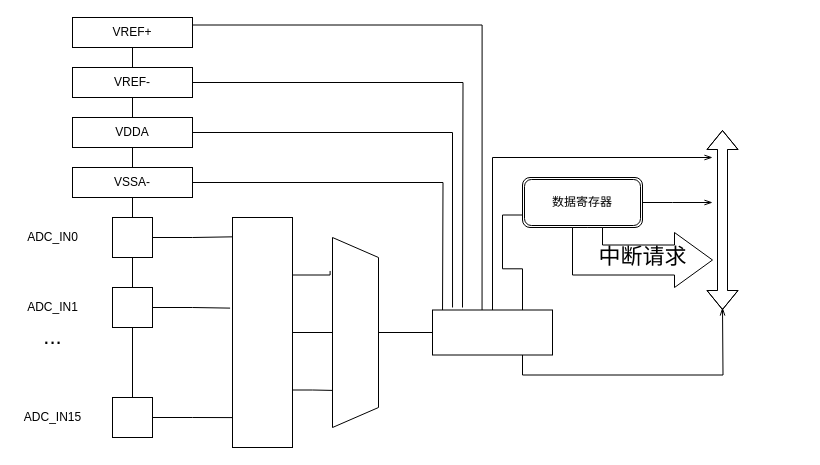
The draw.io diagram 未命名绘图.drawio in abxdw/abxdw, before the edit. Source tidied: cells renumbered, new cells numbered last; positions are measured from the earlier drawing's top-left corner, leaving out a move shared by most shapes. Both pictures are drawn from the tidied source at 100%, with x=0, y=0 at pixel (17, 17).
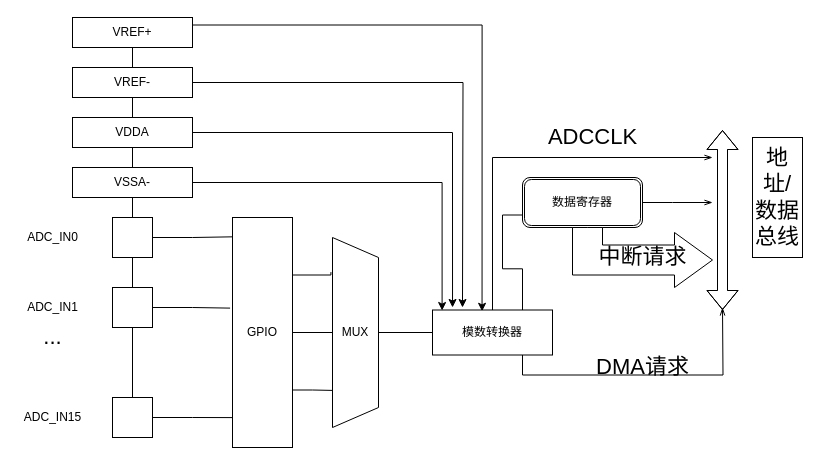
The same diagram, later.

Commit message:
更新未命名绘图.drawio

The change refers to these unchanged cells:
```xml
<mxCell id="4" value="VREF+" style="rounded=0;whiteSpace=wrap;html=1;" parent="1" vertex="1">
  <mxGeometry x="55" width="120" height="30" as="geometry" />
</mxCell>
<mxCell id="6" value="VREF-" style="rounded=0;whiteSpace=wrap;html=1;" parent="1" vertex="1">
  <mxGeometry x="55" y="50" width="120" height="30" as="geometry" />
</mxCell>
<mxCell id="9" value="VDDA" style="rounded=0;whiteSpace=wrap;html=1;" parent="1" vertex="1">
  <mxGeometry x="55" y="100" width="120" height="30" as="geometry" />
</mxCell>
<mxCell id="11" value="VSSA-" style="rounded=0;whiteSpace=wrap;html=1;" parent="1" vertex="1">
  <mxGeometry x="55" y="150" width="120" height="30" as="geometry" />
</mxCell>
```

The edit, as a diff of the source:
```diff
@@
-    <mxCell id="3" style="edgeStyle=orthogonalEdgeStyle;rounded=0;jettySize=auto;html=1;exitX=1;exitY=0.25;exitDx=0;exitDy=0;entryX=0.413;entryY=0.029;entryDx=0;entryDy=0;entryPerimeter=0;fontSize=22;endArrow=none;endFill=0;" parent="1" edge="1" source="4" target="29">
+    <mxCell id="3" style="edgeStyle=orthogonalEdgeStyle;rounded=0;jettySize=auto;html=1;exitX=1;exitY=0.25;exitDx=0;exitDy=0;entryX=0.413;entryY=0.029;entryDx=0;entryDy=0;entryPerimeter=0;fontSize=22;endArrow=classic;endFill=1;" parent="1" edge="1" source="4" target="29">
       <mxGeometry relative="1" as="geometry" />
     </mxCell>
@@
-    <mxCell id="5" style="edgeStyle=orthogonalEdgeStyle;rounded=0;jettySize=auto;html=1;exitX=1;exitY=0.5;exitDx=0;exitDy=0;fontSize=22;endArrow=none;endFill=0;" parent="1" edge="1" source="6">
+    <mxCell id="5" style="edgeStyle=orthogonalEdgeStyle;rounded=0;jettySize=auto;html=1;exitX=1;exitY=0.5;exitDx=0;exitDy=0;fontSize=22;endArrow=classic;endFill=1;" parent="1" edge="1" source="6">
       <mxGeometry relative="1" as="geometry">
         <mxPoint x="445" y="290" as="targetPoint" />
       </mxGeometry>
     </mxCell>
@@
-    <mxCell id="8" style="edgeStyle=orthogonalEdgeStyle;rounded=0;jettySize=auto;html=1;exitX=1;exitY=0.5;exitDx=0;exitDy=0;entryX=0.167;entryY=-0.056;entryDx=0;entryDy=0;entryPerimeter=0;fontSize=22;endArrow=none;endFill=0;" parent="1" edge="1" source="9" target="29">
+    <mxCell id="8" style="edgeStyle=orthogonalEdgeStyle;rounded=0;jettySize=auto;html=1;exitX=1;exitY=0.5;exitDx=0;exitDy=0;entryX=0.167;entryY=-0.056;entryDx=0;entryDy=0;entryPerimeter=0;fontSize=22;endArrow=classic;endFill=1;" parent="1" edge="1" source="9" target="29">
       <mxGeometry relative="1" as="geometry" />
     </mxCell>
@@
-    <mxCell id="10" style="edgeStyle=orthogonalEdgeStyle;rounded=0;jettySize=auto;html=1;exitX=1;exitY=0.5;exitDx=0;exitDy=0;fontSize=22;endArrow=none;endFill=0;" parent="1" edge="1" source="11">
-      <mxGeometry relative="1" as="geometry">
-        <mxPoint x="425" y="300" as="targetPoint" />
-      </mxGeometry>
+    <mxCell id="10" style="edgeStyle=orthogonalEdgeStyle;rounded=0;jettySize=auto;html=1;exitX=1;exitY=0.5;exitDx=0;exitDy=0;fontSize=22;endArrow=classic;endFill=1;entryX=0.08;entryY=0.011;entryDx=0;entryDy=0;entryPerimeter=0;" parent="1" edge="1" source="11" target="29">
+      <mxGeometry relative="1" as="geometry" />
     </mxCell>
@@
-    <mxCell id="20" style="edgeStyle=orthogonalEdgeStyle;rounded=0;jettySize=auto;html=1;exitX=0.25;exitY=0;exitDx=0;exitDy=0;entryX=0.176;entryY=1.052;entryDx=0;entryDy=0;entryPerimeter=0;fontSize=22;endArrow=none;endFill=0;" parent="1" edge="1" source="23" target="25">
+    <mxCell id="20" style="edgeStyle=orthogonalEdgeStyle;rounded=0;jettySize=auto;html=1;exitX=0.25;exitY=0;exitDx=0;exitDy=0;fontSize=22;endArrow=none;endFill=0;entryX=0.182;entryY=1.034;entryDx=0;entryDy=0;entryPerimeter=0;" parent="1" edge="1" source="23" target="25">
       <mxGeometry relative="1" as="geometry" />
     </mxCell>
@@
-    <mxCell id="23" style="rounded=0;whiteSpace=wrap;html=1;direction=south;" parent="1" vertex="1">
+    <mxCell id="23" value="GPIO" style="rounded=0;whiteSpace=wrap;html=1;direction=south;" parent="1" vertex="1">
       <mxGeometry x="215" y="200" width="60" height="230" as="geometry" />
     </mxCell>
@@
-    <mxCell id="25" style="shape=trapezoid;perimeter=trapezoidPerimeter;whiteSpace=wrap;html=1;fixedSize=1;direction=south;" parent="1" vertex="1">
+    <mxCell id="25" value="MUX" style="shape=trapezoid;perimeter=trapezoidPerimeter;whiteSpace=wrap;html=1;fixedSize=1;direction=south;" parent="1" vertex="1">
       <mxGeometry x="315" y="220" width="46" height="190" as="geometry" />
     </mxCell>
@@
-    <mxCell id="29" style="rounded=0;whiteSpace=wrap;html=1;" parent="1" vertex="1">
+    <mxCell id="29" value="模数转换器" style="rounded=0;whiteSpace=wrap;html=1;" parent="1" vertex="1">
       <mxGeometry x="415" y="292.5" width="120" height="45" as="geometry" />
     </mxCell>
@@
+    <mxCell id="38" value="DMA请求" style="text;html=1;align=center;verticalAlign=middle;strokeColor=none;fillColor=none;fontSize=22;" parent="1" vertex="1">
+      <mxGeometry x="570" y="335" width="110" height="30" as="geometry" />
+    </mxCell>
+    <mxCell id="39" value="ADCCLK" style="text;html=1;align=center;verticalAlign=middle;strokeColor=none;fillColor=none;fontSize=22;" parent="1" vertex="1">
+      <mxGeometry x="525" y="105" width="100" height="30" as="geometry" />
+    </mxCell>
+    <mxCell id="40" value="地址/数据总线" style="whiteSpace=wrap;html=1;fontSize=22;" parent="1" vertex="1">
+      <mxGeometry x="735" y="120" width="50" height="120" as="geometry" />
+    </mxCell>
```
